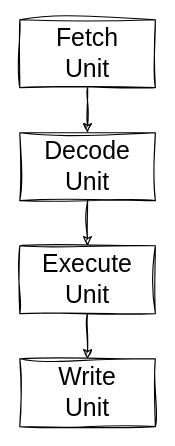
Earlier version of the draw.io diagram page "mvm-1" (1 of 5) of res/majorana.drawio (teivah/majorana). Source tidied: cells renumbered, new cells numbered last; positions are measured from the earlier drawing's top-left corner, leaving out a move shared by most shapes. Both pictures are drawn from the tidied source at 113%, with x=0, y=0 at pixel (19, 19).
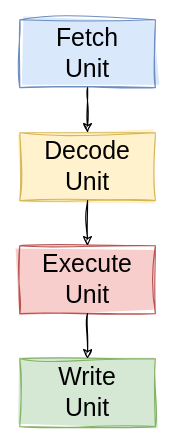
After the change.

The edit, as a diff of the source:
```diff
@@
 <mxGraphModel>
   <root>
     <mxCell id="0" />
     <mxCell id="1" parent="0" />
-    <mxCell id="2" value="Fetch&lt;br&gt;Unit" style="rounded=0;whiteSpace=wrap;html=1;sketch=1;curveFitting=1;jiggle=2;fontSize=22;" parent="1" vertex="1">
+    <mxCell id="2" value="Fetch&lt;br&gt;Unit" style="rounded=0;whiteSpace=wrap;html=1;sketch=1;curveFitting=1;jiggle=2;fontSize=22;fillColor=#dae8fc;strokeColor=#6c8ebf;fillStyle=solid;" parent="1" vertex="1">
       <mxGeometry width="120" height="60" as="geometry" />
     </mxCell>
-    <mxCell id="3" value="Decode&lt;br&gt;Unit" style="rounded=0;whiteSpace=wrap;html=1;sketch=1;curveFitting=1;jiggle=2;fontSize=22;" parent="1" vertex="1">
+    <mxCell id="3" value="Decode&lt;br&gt;Unit" style="rounded=0;whiteSpace=wrap;html=1;sketch=1;curveFitting=1;jiggle=2;fontSize=22;fillColor=#fff2cc;strokeColor=#d6b656;fillStyle=solid;" parent="1" vertex="1">
       <mxGeometry y="100" width="120" height="60" as="geometry" />
     </mxCell>
     <mxCell id="4" style="endArrow=classic;html=1;rounded=0;exitX=0.5;exitY=1;exitDx=0;exitDy=0;sketch=1;curveFitting=1;jiggle=2;" parent="1" edge="1" source="2" target="3">
       <mxGeometry relative="1" as="geometry" />
     </mxCell>
-    <mxCell id="5" value="Execute&lt;br&gt;Unit" style="rounded=0;whiteSpace=wrap;html=1;sketch=1;curveFitting=1;jiggle=2;fontSize=22;" parent="1" vertex="1">
+    <mxCell id="5" value="Execute&lt;br&gt;Unit" style="rounded=0;whiteSpace=wrap;html=1;sketch=1;curveFitting=1;jiggle=2;fontSize=22;fillColor=#f8cecc;strokeColor=#b85450;fillStyle=solid;" parent="1" vertex="1">
       <mxGeometry y="200" width="120" height="60" as="geometry" />
     </mxCell>
-    <mxCell id="6" value="Write&lt;br&gt;Unit" style="rounded=0;whiteSpace=wrap;html=1;sketch=1;curveFitting=1;jiggle=2;fontSize=22;" parent="1" vertex="1">
+    <mxCell id="6" value="Write&lt;br&gt;Unit" style="rounded=0;whiteSpace=wrap;html=1;sketch=1;curveFitting=1;jiggle=2;fontSize=22;fillStyle=solid;fillColor=#d5e8d4;strokeColor=#82b366;" parent="1" vertex="1">
       <mxGeometry y="300" width="120" height="60" as="geometry" />
     </mxCell>
     <mxCell id="7" style="endArrow=classic;html=1;rounded=0;sketch=1;curveFitting=1;jiggle=2;entryX=0.5;entryY=0;entryDx=0;entryDy=0;" parent="1" edge="1" target="5">
       <mxGeometry relative="1" as="geometry">
         <mxPoint x="60" y="160" as="sourcePoint" />
       </mxGeometry>
     </mxCell>
     <mxCell id="8" style="endArrow=classic;html=1;rounded=0;sketch=1;curveFitting=1;jiggle=2;entryX=0.5;entryY=0;entryDx=0;entryDy=0;exitX=0.5;exitY=1;exitDx=0;exitDy=0;" parent="1" edge="1" source="5" target="6">
       <mxGeometry relative="1" as="geometry" />
     </mxCell>
   </root>
 </mxGraphModel>
```
